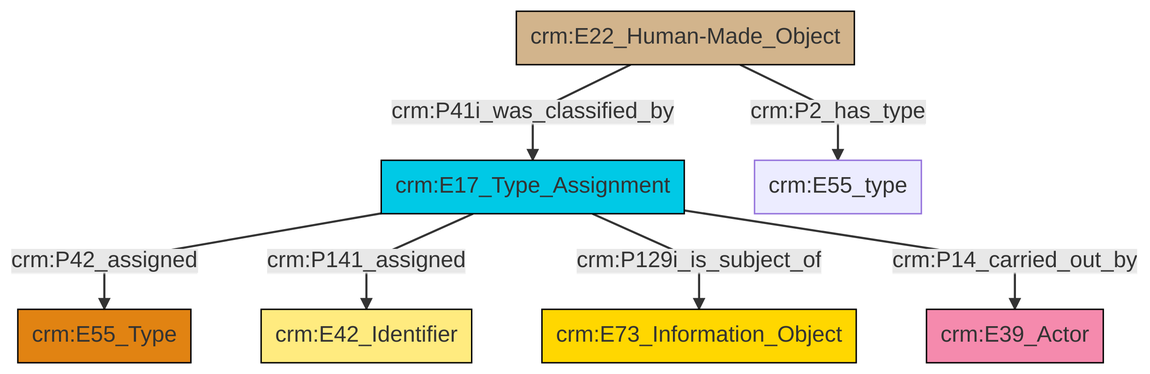
This is et/builtWorkCSV/ttl/mmd/png/Built_Work_designation_status.png from swiss-art-research-net/docs.swissartresearch, a Mermaid export, as it was before one commit. Its source is kept beside it as et/builtWorkCSV/ttl/mmd/Built_Work_designation_status.ttl.mmd.
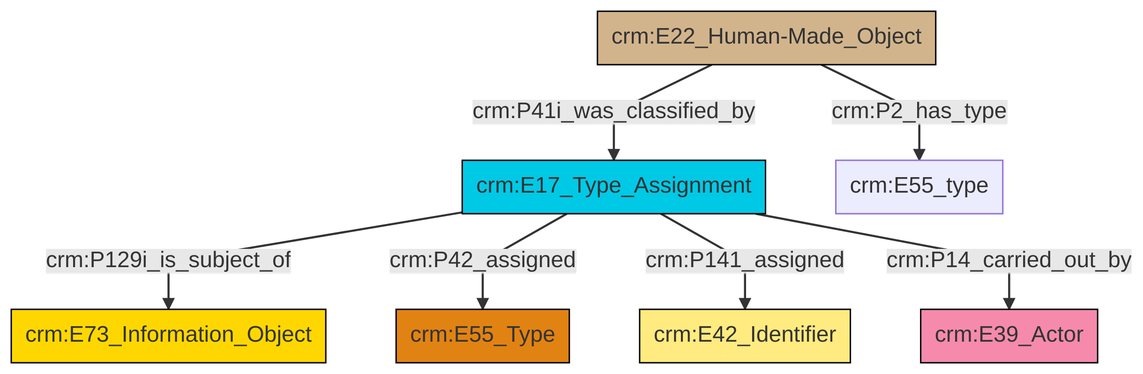
Above is the later version.

The edit, as a diff of the source:
```diff
@@ -13,9 +13,9 @@
 classDef PC_Classes fill:#4ce600, stroke:#000000;
 classDef Multi fill:#cccccc,stroke:#000000;
 
-0["crm:E17_Type_Assignment"]:::Temporal_Entity -->|crm:P42_assigned| 2["crm:E55_Type"]:::Type
-7["crm:E22_Human-Made_Object"]:::Physical_Thing -->|crm:P2_has_type| 8["crm:E55_type"]:::Default
-0["crm:E17_Type_Assignment"]:::Temporal_Entity -->|crm:P141_assigned| 4["crm:E42_Identifier"]:::Appellation
-7["crm:E22_Human-Made_Object"]:::Physical_Thing -->|crm:P41i_was_classified_by| 0["crm:E17_Type_Assignment"]:::Temporal_Entity
-0["crm:E17_Type_Assignment"]:::Temporal_Entity -->|crm:P129i_is_subject_of| 10["crm:E73_Information_Object"]:::Conceptual_Object
-0["crm:E17_Type_Assignment"]:::Temporal_Entity -->|crm:P14_carried_out_by| 13["crm:E39_Actor"]:::Actor
+0["crm:E17_Type_Assignment"]:::Temporal_Entity -->|crm:P129i_is_subject_of| 1["crm:E73_Information_Object"]:::Conceptual_Object
+2["crm:E22_Human-Made_Object"]:::Physical_Thing -->|crm:P41i_was_classified_by| 0["crm:E17_Type_Assignment"]:::Temporal_Entity
+0["crm:E17_Type_Assignment"]:::Temporal_Entity -->|crm:P42_assigned| 5["crm:E55_Type"]:::Type
+2["crm:E22_Human-Made_Object"]:::Physical_Thing -->|crm:P2_has_type| 9["crm:E55_type"]:::Default
+0["crm:E17_Type_Assignment"]:::Temporal_Entity -->|crm:P141_assigned| 6["crm:E42_Identifier"]:::Appellation
+0["crm:E17_Type_Assignment"]:::Temporal_Entity -->|crm:P14_carried_out_by| 3["crm:E39_Actor"]:::Actor
```
